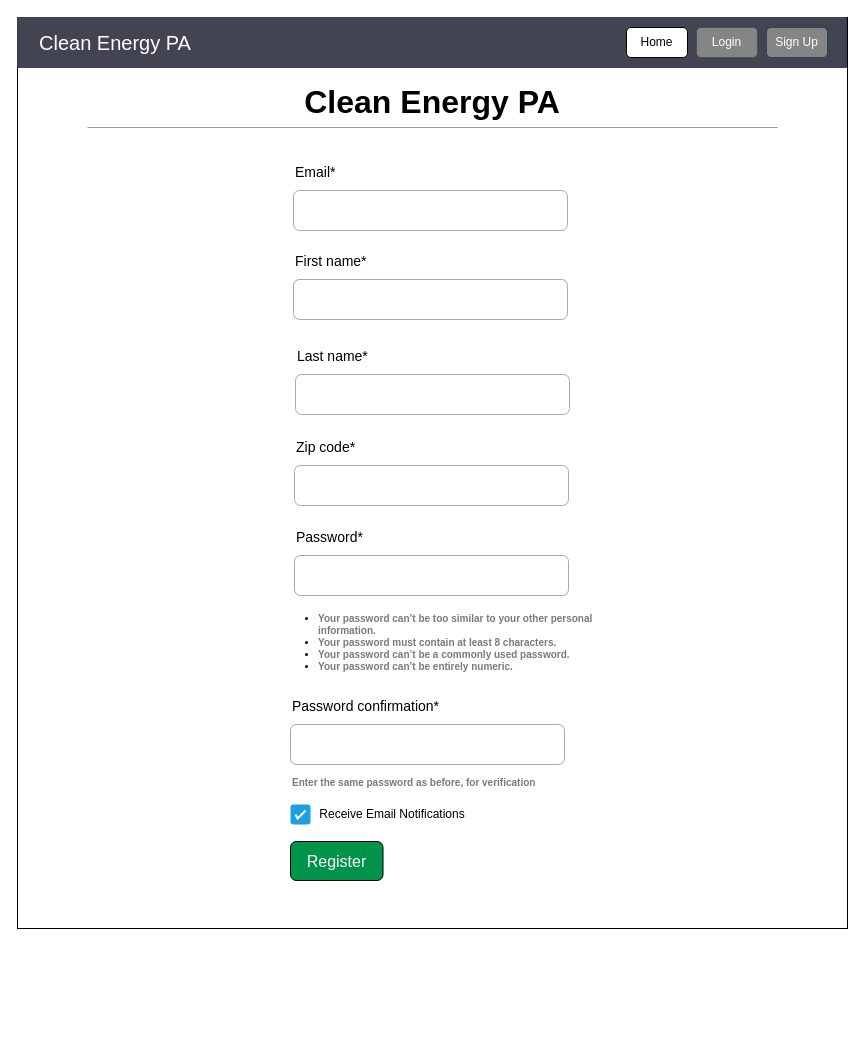
Earlier version of the draw.io diagram page "SIgn Up" (5 of 8) of documentation/diagrams/Wireframes.drawio (PSUCapstone2023-Group1/Clean-Energy-PA). Source tidied: cells renumbered, new cells numbered last; positions are measured from the earlier drawing's top-left corner, leaving out a move shared by most shapes. Both pictures are drawn from the tidied source at 100%, with x=0, y=0 at pixel (17, 17).
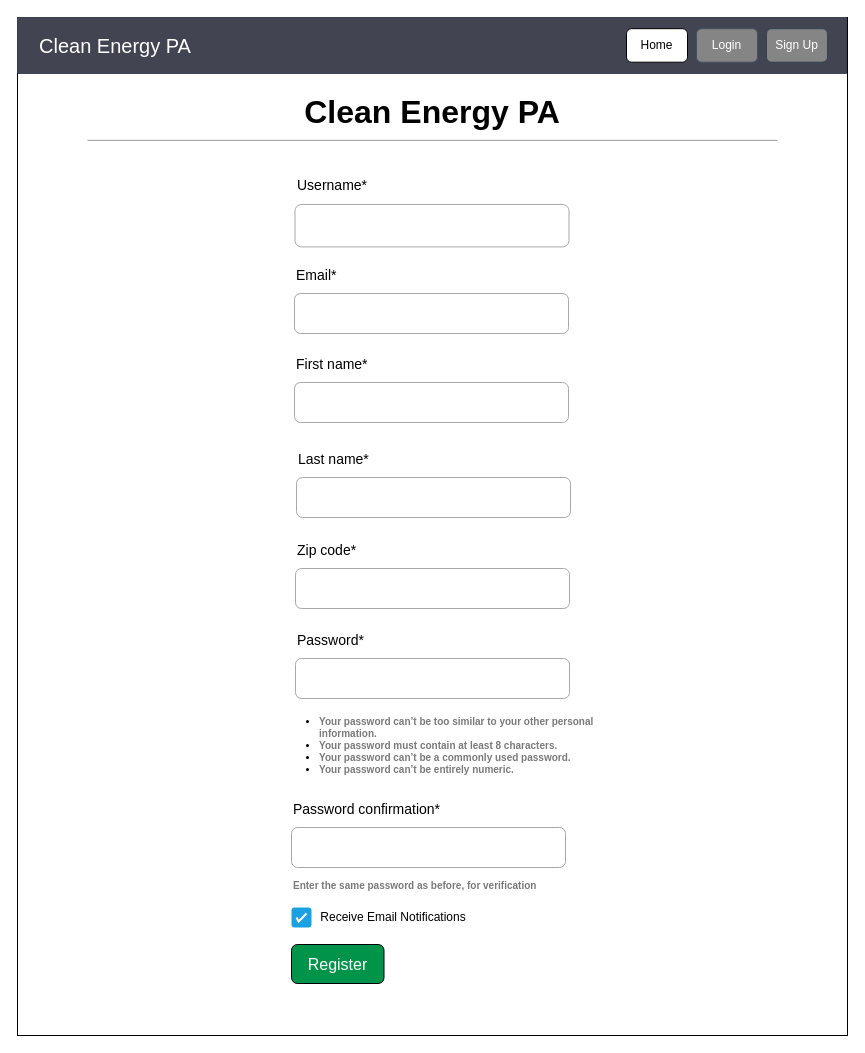
After the change.

Commit message (it also covers changes not shown here):
Added username back to wireframe

Diff of the diagram source:
```diff
@@
     <mxCell id="2" style="group;" parent="1" vertex="1">
-      <mxGeometry width="830" height="911" as="geometry" />
+      <mxGeometry width="830" height="1018" as="geometry" />
     </mxCell>
     <mxCell id="3" style="group;" parent="2" vertex="1">
-      <mxGeometry width="830" height="911" as="geometry" />
+      <mxGeometry width="830" height="1018" as="geometry" />
     </mxCell>
     <mxCell id="4" style="group;" parent="3" vertex="1">
-      <mxGeometry width="830" height="911" as="geometry" />
+      <mxGeometry width="830" height="1018" as="geometry" />
     </mxCell>
     <mxCell id="5" style="rounded=0;whiteSpace=wrap;html=1;strokeColor=default;shadow=0;" parent="4" vertex="1">
-      <mxGeometry width="830" height="911" as="geometry" />
+      <mxGeometry width="830" height="1018" as="geometry" />
     </mxCell>
     <mxCell id="6" style="swimlane;startSize=0;strokeWidth=1;fontSize=26;fillColor=none;swimlaneFillColor=#424452;fontColor=#ffffff;strokeColor=#314354;" parent="4" vertex="1">
-      <mxGeometry width="829" height="50" as="geometry" />
+      <mxGeometry width="829" height="55.9" as="geometry" />
     </mxCell>
     <mxCell id="7" value="Home" style="rounded=1;whiteSpace=wrap;html=1;" parent="4" vertex="1">
-      <mxGeometry x="609" y="10" width="61" height="30" as="geometry" />
+      <mxGeometry x="609" y="11.2" width="61" height="33.5" as="geometry" />
     </mxCell>
     <mxCell id="8" value="Login" style="rounded=1;whiteSpace=wrap;html=1;fillColor=#858585;strokeColor=#445260;gradientColor=none;fontColor=#FFFFFF;" parent="4" vertex="1">
-      <mxGeometry x="679" y="10" width="61" height="30" as="geometry" />
+      <mxGeometry x="679" y="11.2" width="61" height="33.5" as="geometry" />
     </mxCell>
     <mxCell id="9" value="Sign Up" style="rounded=1;whiteSpace=wrap;html=1;fillColor=#858585;fontColor=#ffffff;strokeColor=#314354;" parent="4" vertex="1">
-      <mxGeometry x="749" y="10" width="61" height="30" as="geometry" />
+      <mxGeometry x="749" y="11.2" width="61" height="33.5" as="geometry" />
     </mxCell>
-    <mxCell id="10" value="&lt;font style=&quot;font-size: 32px;&quot;&gt;Clean Energy PA&lt;/font&gt;" style="text;strokeColor=none;align=center;fillColor=none;html=1;verticalAlign=middle;whiteSpace=wrap;rounded=0;fontStyle=1;" parent="3" vertex="1">
-      <mxGeometry x="95" y="70" width="640" height="30" as="geometry" />
-    </mxCell>
-    <mxCell id="11" style="verticalLabelPosition=bottom;shadow=0;dashed=0;align=center;html=1;verticalAlign=top;strokeWidth=1;shape=mxgraph.mockup.markup.line;strokeColor=#999999;rounded=1;fontSize=20;fontColor=#FFFFFF;fillColor=#CCCCCC;gradientColor=none;" parent="3" vertex="1">
-      <mxGeometry x="70" y="100" width="690" height="20" as="geometry" />
-    </mxCell>
-    <mxCell id="12" value="&lt;font style=&quot;font-size: 20px;&quot;&gt;Clean Energy PA&lt;/font&gt;" style="text;strokeColor=none;align=left;fillColor=none;html=1;verticalAlign=middle;whiteSpace=wrap;rounded=0;fontColor=#FFFFFF;fontSize=20;" parent="2" vertex="1">
-      <mxGeometry x="20" y="10" width="300" height="30" as="geometry" />
-    </mxCell>
+    <mxCell id="40" style="group;" parent="4" vertex="1">
+      <mxGeometry x="277.5" y="152" width="274" height="77.4" as="geometry" />
+    </mxCell>
+    <mxCell id="41" style="rounded=1;whiteSpace=wrap;html=1;fontStyle=1;strokeColor=#A8A8A8;align=left;" parent="40" vertex="1">
+      <mxGeometry y="35" width="274" height="42.4" as="geometry" />
+    </mxCell>
+    <mxCell id="42" value="&lt;span style=&quot;font-size: 14px; font-weight: 400;&quot;&gt;Username*&lt;/span&gt;" style="text;strokeColor=none;align=left;fillColor=none;html=1;verticalAlign=middle;whiteSpace=wrap;rounded=0;fontStyle=1;" parent="40" vertex="1">
+      <mxGeometry width="132" height="31.8" as="geometry" />
+    </mxCell>
-    <mxCell id="13" style="group;" parent="1" vertex="1">
-      <mxGeometry x="276" y="140" width="274" height="73" as="geometry" />
+    <mxCell id="13" style="group;" parent="4" vertex="1">
+      <mxGeometry x="277" y="243" width="274" height="73" as="geometry" />
     </mxCell>
@@
-    <mxCell id="16" style="group;" parent="1" vertex="1">
-      <mxGeometry x="276" y="229" width="274" height="73" as="geometry" />
+    <mxCell id="16" style="group;" parent="4" vertex="1">
+      <mxGeometry x="277" y="332" width="274" height="73" as="geometry" />
     </mxCell>
@@
-    <mxCell id="19" style="group;" parent="1" vertex="1">
-      <mxGeometry x="278" y="324" width="274" height="73" as="geometry" />
+    <mxCell id="19" style="group;" parent="4" vertex="1">
+      <mxGeometry x="279" y="427" width="274" height="73" as="geometry" />
     </mxCell>
@@
-    <mxCell id="22" style="group;" parent="1" vertex="1">
-      <mxGeometry x="277" y="415" width="274" height="73" as="geometry" />
+    <mxCell id="22" style="group;" parent="4" vertex="1">
+      <mxGeometry x="278" y="518" width="274" height="73" as="geometry" />
     </mxCell>
@@
-    <mxCell id="25" style="group;" parent="1" vertex="1">
-      <mxGeometry x="277" y="505" width="274" height="73" as="geometry" />
+    <mxCell id="25" style="group;" parent="4" vertex="1">
+      <mxGeometry x="278" y="608" width="274" height="73" as="geometry" />
     </mxCell>
@@
-    <mxCell id="28" style="group;" parent="1" vertex="1">
-      <mxGeometry x="273" y="674" width="274" height="73" as="geometry" />
+    <mxCell id="28" style="group;" parent="4" vertex="1">
+      <mxGeometry x="274" y="777" width="274" height="73" as="geometry" />
     </mxCell>
@@
-    <mxCell id="31" value="&lt;ul style=&quot;font-size: 10px;&quot;&gt;&lt;li style=&quot;--tw-translate-x: 0; --tw-translate-y: 0; --tw-rotate: 0; --tw-skew-x: 0; --tw-skew-y: 0; --tw-scale-x: 1; --tw-scale-y: 1; --tw-pan-x: ; --tw-pan-y: ; --tw-pinch-zoom: ; --tw-scroll-snap-strictness: proximity; --tw-ordinal: ; --tw-slashed-zero: ; --tw-numeric-figure: ; --tw-numeric-spacing: ; --tw-numeric-fraction: ; --tw-ring-inset: ; --tw-ring-offset-width: 0px; --tw-ring-offset-color: #fff; --tw-ring-color: rgb(59 130 246 / .5); --tw-ring-offset-shadow: 0 0 #0000; --tw-ring-shadow: 0 0 #0000; --tw-shadow: 0 0 #0000; --tw-shadow-colored: 0 0 #0000; --tw-blur: ; --tw-brightness: ; --tw-contrast: ; --tw-grayscale: ; --tw-hue-rotate: ; --tw-invert: ; --tw-saturate: ; --tw-sepia: ; --tw-drop-shadow: ; --tw-backdrop-blur: ; --tw-backdrop-brightness: ; --tw-backdrop-contrast: ; --tw-backdrop-grayscale: ; --tw-backdrop-hue-rotate: ; --tw-backdrop-invert: ; --tw-backdrop-opacity: ; --tw-backdrop-saturate: ; --tw-backdrop-sepia: ; box-sizing: border-box;&quot;&gt;&lt;font style=&quot;font-size: 10px;&quot; color=&quot;#7a7a7a&quot;&gt;Your password can’t be too similar to your other personal information.&lt;/font&gt;&lt;/li&gt;&lt;li style=&quot;--tw-translate-x: 0; --tw-translate-y: 0; --tw-rotate: 0; --tw-skew-x: 0; --tw-skew-y: 0; --tw-scale-x: 1; --tw-scale-y: 1; --tw-pan-x: ; --tw-pan-y: ; --tw-pinch-zoom: ; --tw-scroll-snap-strictness: proximity; --tw-ordinal: ; --tw-slashed-zero: ; --tw-numeric-figure: ; --tw-numeric-spacing: ; --tw-numeric-fraction: ; --tw-ring-inset: ; --tw-ring-offset-width: 0px; --tw-ring-offset-color: #fff; --tw-ring-color: rgb(59 130 246 / .5); --tw-ring-offset-shadow: 0 0 #0000; --tw-ring-shadow: 0 0 #0000; --tw-shadow: 0 0 #0000; --tw-shadow-colored: 0 0 #0000; --tw-blur: ; --tw-brightness: ; --tw-contrast: ; --tw-grayscale: ; --tw-hue-rotate: ; --tw-invert: ; --tw-saturate: ; --tw-sepia: ; --tw-drop-shadow: ; --tw-backdrop-blur: ; --tw-backdrop-brightness: ; --tw-backdrop-contrast: ; --tw-backdrop-grayscale: ; --tw-backdrop-hue-rotate: ; --tw-backdrop-invert: ; --tw-backdrop-opacity: ; --tw-backdrop-saturate: ; --tw-backdrop-sepia: ; box-sizing: border-box;&quot;&gt;&lt;font style=&quot;font-size: 10px;&quot; color=&quot;#7a7a7a&quot;&gt;Your password must contain at least 8 characters.&lt;/font&gt;&lt;/li&gt;&lt;li style=&quot;--tw-translate-x: 0; --tw-translate-y: 0; --tw-rotate: 0; --tw-skew-x: 0; --tw-skew-y: 0; --tw-scale-x: 1; --tw-scale-y: 1; --tw-pan-x: ; --tw-pan-y: ; --tw-pinch-zoom: ; --tw-scroll-snap-strictness: proximity; --tw-ordinal: ; --tw-slashed-zero: ; --tw-numeric-figure: ; --tw-numeric-spacing: ; --tw-numeric-fraction: ; --tw-ring-inset: ; --tw-ring-offset-width: 0px; --tw-ring-offset-color: #fff; --tw-ring-color: rgb(59 130 246 / .5); --tw-ring-offset-shadow: 0 0 #0000; --tw-ring-shadow: 0 0 #0000; --tw-shadow: 0 0 #0000; --tw-shadow-colored: 0 0 #0000; --tw-blur: ; --tw-brightness: ; --tw-contrast: ; --tw-grayscale: ; --tw-hue-rotate: ; --tw-invert: ; --tw-saturate: ; --tw-sepia: ; --tw-drop-shadow: ; --tw-backdrop-blur: ; --tw-backdrop-brightness: ; --tw-backdrop-contrast: ; --tw-backdrop-grayscale: ; --tw-backdrop-hue-rotate: ; --tw-backdrop-invert: ; --tw-backdrop-opacity: ; --tw-backdrop-saturate: ; --tw-backdrop-sepia: ; box-sizing: border-box;&quot;&gt;&lt;font style=&quot;font-size: 10px;&quot; color=&quot;#7a7a7a&quot;&gt;Your password can’t be a commonly used password.&lt;/font&gt;&lt;/li&gt;&lt;li style=&quot;--tw-translate-x: 0; --tw-translate-y: 0; --tw-rotate: 0; --tw-skew-x: 0; --tw-skew-y: 0; --tw-scale-x: 1; --tw-scale-y: 1; --tw-pan-x: ; --tw-pan-y: ; --tw-pinch-zoom: ; --tw-scroll-snap-strictness: proximity; --tw-ordinal: ; --tw-slashed-zero: ; --tw-numeric-figure: ; --tw-numeric-spacing: ; --tw-numeric-fraction: ; --tw-ring-inset: ; --tw-ring-offset-width: 0px; --tw-ring-offset-color: #fff; --tw-ring-color: rgb(59 130 246 / .5); --tw-ring-offset-shadow: 0 0 #0000; --tw-ring-shadow: 0 0 #0000; --tw-shadow: 0 0 #0000; --tw-shadow-colored: 0 0 #0000; --tw-blur: ; --tw-brightness: ; --tw-contrast: ; --tw-grayscale: ; --tw-hue-rotate: ; --tw-invert: ; --tw-saturate: ; --tw-sepia: ; --tw-drop-shadow: ; --tw-backdrop-blur: ; --tw-backdrop-brightness: ; --tw-backdrop-contrast: ; --tw-backdrop-grayscale: ; --tw-backdrop-hue-rotate: ; --tw-backdrop-invert: ; --tw-backdrop-opacity: ; --tw-backdrop-saturate: ; --tw-backdrop-sepia: ; box-sizing: border-box;&quot;&gt;&lt;font style=&quot;font-size: 10px;&quot; color=&quot;#7a7a7a&quot;&gt;Your password can’t be entirely numeric.&lt;/font&gt;&lt;/li&gt;&lt;/ul&gt;" style="text;strokeColor=none;align=left;fillColor=none;html=1;verticalAlign=middle;whiteSpace=wrap;rounded=0;fontStyle=1;" parent="1" vertex="1">
-      <mxGeometry x="259" y="567" width="340" height="115" as="geometry" />
+    <mxCell id="31" value="&lt;ul style=&quot;font-size: 10px;&quot;&gt;&lt;li style=&quot;--tw-translate-x: 0; --tw-translate-y: 0; --tw-rotate: 0; --tw-skew-x: 0; --tw-skew-y: 0; --tw-scale-x: 1; --tw-scale-y: 1; --tw-pan-x: ; --tw-pan-y: ; --tw-pinch-zoom: ; --tw-scroll-snap-strictness: proximity; --tw-ordinal: ; --tw-slashed-zero: ; --tw-numeric-figure: ; --tw-numeric-spacing: ; --tw-numeric-fraction: ; --tw-ring-inset: ; --tw-ring-offset-width: 0px; --tw-ring-offset-color: #fff; --tw-ring-color: rgb(59 130 246 / .5); --tw-ring-offset-shadow: 0 0 #0000; --tw-ring-shadow: 0 0 #0000; --tw-shadow: 0 0 #0000; --tw-shadow-colored: 0 0 #0000; --tw-blur: ; --tw-brightness: ; --tw-contrast: ; --tw-grayscale: ; --tw-hue-rotate: ; --tw-invert: ; --tw-saturate: ; --tw-sepia: ; --tw-drop-shadow: ; --tw-backdrop-blur: ; --tw-backdrop-brightness: ; --tw-backdrop-contrast: ; --tw-backdrop-grayscale: ; --tw-backdrop-hue-rotate: ; --tw-backdrop-invert: ; --tw-backdrop-opacity: ; --tw-backdrop-saturate: ; --tw-backdrop-sepia: ; box-sizing: border-box;&quot;&gt;&lt;font style=&quot;font-size: 10px;&quot; color=&quot;#7a7a7a&quot;&gt;Your password can’t be too similar to your other personal information.&lt;/font&gt;&lt;/li&gt;&lt;li style=&quot;--tw-translate-x: 0; --tw-translate-y: 0; --tw-rotate: 0; --tw-skew-x: 0; --tw-skew-y: 0; --tw-scale-x: 1; --tw-scale-y: 1; --tw-pan-x: ; --tw-pan-y: ; --tw-pinch-zoom: ; --tw-scroll-snap-strictness: proximity; --tw-ordinal: ; --tw-slashed-zero: ; --tw-numeric-figure: ; --tw-numeric-spacing: ; --tw-numeric-fraction: ; --tw-ring-inset: ; --tw-ring-offset-width: 0px; --tw-ring-offset-color: #fff; --tw-ring-color: rgb(59 130 246 / .5); --tw-ring-offset-shadow: 0 0 #0000; --tw-ring-shadow: 0 0 #0000; --tw-shadow: 0 0 #0000; --tw-shadow-colored: 0 0 #0000; --tw-blur: ; --tw-brightness: ; --tw-contrast: ; --tw-grayscale: ; --tw-hue-rotate: ; --tw-invert: ; --tw-saturate: ; --tw-sepia: ; --tw-drop-shadow: ; --tw-backdrop-blur: ; --tw-backdrop-brightness: ; --tw-backdrop-contrast: ; --tw-backdrop-grayscale: ; --tw-backdrop-hue-rotate: ; --tw-backdrop-invert: ; --tw-backdrop-opacity: ; --tw-backdrop-saturate: ; --tw-backdrop-sepia: ; box-sizing: border-box;&quot;&gt;&lt;font style=&quot;font-size: 10px;&quot; color=&quot;#7a7a7a&quot;&gt;Your password must contain at least 8 characters.&lt;/font&gt;&lt;/li&gt;&lt;li style=&quot;--tw-translate-x: 0; --tw-translate-y: 0; --tw-rotate: 0; --tw-skew-x: 0; --tw-skew-y: 0; --tw-scale-x: 1; --tw-scale-y: 1; --tw-pan-x: ; --tw-pan-y: ; --tw-pinch-zoom: ; --tw-scroll-snap-strictness: proximity; --tw-ordinal: ; --tw-slashed-zero: ; --tw-numeric-figure: ; --tw-numeric-spacing: ; --tw-numeric-fraction: ; --tw-ring-inset: ; --tw-ring-offset-width: 0px; --tw-ring-offset-color: #fff; --tw-ring-color: rgb(59 130 246 / .5); --tw-ring-offset-shadow: 0 0 #0000; --tw-ring-shadow: 0 0 #0000; --tw-shadow: 0 0 #0000; --tw-shadow-colored: 0 0 #0000; --tw-blur: ; --tw-brightness: ; --tw-contrast: ; --tw-grayscale: ; --tw-hue-rotate: ; --tw-invert: ; --tw-saturate: ; --tw-sepia: ; --tw-drop-shadow: ; --tw-backdrop-blur: ; --tw-backdrop-brightness: ; --tw-backdrop-contrast: ; --tw-backdrop-grayscale: ; --tw-backdrop-hue-rotate: ; --tw-backdrop-invert: ; --tw-backdrop-opacity: ; --tw-backdrop-saturate: ; --tw-backdrop-sepia: ; box-sizing: border-box;&quot;&gt;&lt;font style=&quot;font-size: 10px;&quot; color=&quot;#7a7a7a&quot;&gt;Your password can’t be a commonly used password.&lt;/font&gt;&lt;/li&gt;&lt;li style=&quot;--tw-translate-x: 0; --tw-translate-y: 0; --tw-rotate: 0; --tw-skew-x: 0; --tw-skew-y: 0; --tw-scale-x: 1; --tw-scale-y: 1; --tw-pan-x: ; --tw-pan-y: ; --tw-pinch-zoom: ; --tw-scroll-snap-strictness: proximity; --tw-ordinal: ; --tw-slashed-zero: ; --tw-numeric-figure: ; --tw-numeric-spacing: ; --tw-numeric-fraction: ; --tw-ring-inset: ; --tw-ring-offset-width: 0px; --tw-ring-offset-color: #fff; --tw-ring-color: rgb(59 130 246 / .5); --tw-ring-offset-shadow: 0 0 #0000; --tw-ring-shadow: 0 0 #0000; --tw-shadow: 0 0 #0000; --tw-shadow-colored: 0 0 #0000; --tw-blur: ; --tw-brightness: ; --tw-contrast: ; --tw-grayscale: ; --tw-hue-rotate: ; --tw-invert: ; --tw-saturate: ; --tw-sepia: ; --tw-drop-shadow: ; --tw-backdrop-blur: ; --tw-backdrop-brightness: ; --tw-backdrop-contrast: ; --tw-backdrop-grayscale: ; --tw-backdrop-hue-rotate: ; --tw-backdrop-invert: ; --tw-backdrop-opacity: ; --tw-backdrop-saturate: ; --tw-backdrop-sepia: ; box-sizing: border-box;&quot;&gt;&lt;font style=&quot;font-size: 10px;&quot; color=&quot;#7a7a7a&quot;&gt;Your password can’t be entirely numeric.&lt;/font&gt;&lt;/li&gt;&lt;/ul&gt;" style="text;strokeColor=none;align=left;fillColor=none;html=1;verticalAlign=middle;whiteSpace=wrap;rounded=0;fontStyle=1;" parent="4" vertex="1">
+      <mxGeometry x="260" y="670" width="340" height="115" as="geometry" />
     </mxCell>
-    <mxCell id="32" style="group;" parent="1" vertex="1">
-      <mxGeometry x="273" y="782" width="190" height="81" as="geometry" />
+    <mxCell id="32" style="group;" parent="4" vertex="1">
+      <mxGeometry x="274" y="885" width="190" height="81" as="geometry" />
     </mxCell>
@@
-    <mxCell id="39" value="&lt;span style=&quot;color: rgb(122, 122, 122); background-color: initial; font-size: 10px;&quot;&gt;Enter the same password as before, for verification&lt;/span&gt;" style="text;strokeColor=none;align=left;fillColor=none;html=1;verticalAlign=middle;whiteSpace=wrap;rounded=0;fontStyle=1;fontSize=10;" parent="1" vertex="1">
-      <mxGeometry x="273" y="752" width="298.5" height="25" as="geometry" />
+    <mxCell id="39" value="&lt;span style=&quot;color: rgb(122, 122, 122); background-color: initial; font-size: 10px;&quot;&gt;Enter the same password as before, for verification&lt;/span&gt;" style="text;strokeColor=none;align=left;fillColor=none;html=1;verticalAlign=middle;whiteSpace=wrap;rounded=0;fontStyle=1;fontSize=10;" parent="4" vertex="1">
+      <mxGeometry x="274" y="855" width="298.5" height="25" as="geometry" />
     </mxCell>
+    <mxCell id="10" value="&lt;font style=&quot;font-size: 32px;&quot;&gt;Clean Energy PA&lt;/font&gt;" style="text;strokeColor=none;align=center;fillColor=none;html=1;verticalAlign=middle;whiteSpace=wrap;rounded=0;fontStyle=1;" parent="3" vertex="1">
+      <mxGeometry x="95" y="78.2" width="640" height="33.5" as="geometry" />
+    </mxCell>
+    <mxCell id="11" style="verticalLabelPosition=bottom;shadow=0;dashed=0;align=center;html=1;verticalAlign=top;strokeWidth=1;shape=mxgraph.mockup.markup.line;strokeColor=#999999;rounded=1;fontSize=20;fontColor=#FFFFFF;fillColor=#CCCCCC;gradientColor=none;" parent="3" vertex="1">
+      <mxGeometry x="70" y="111.7" width="690" height="22.3" as="geometry" />
+    </mxCell>
+    <mxCell id="12" value="&lt;font style=&quot;font-size: 20px;&quot;&gt;Clean Energy PA&lt;/font&gt;" style="text;strokeColor=none;align=left;fillColor=none;html=1;verticalAlign=middle;whiteSpace=wrap;rounded=0;fontColor=#FFFFFF;fontSize=20;" parent="2" vertex="1">
+      <mxGeometry x="20" y="11.2" width="300" height="33.5" as="geometry" />
+    </mxCell>
```
